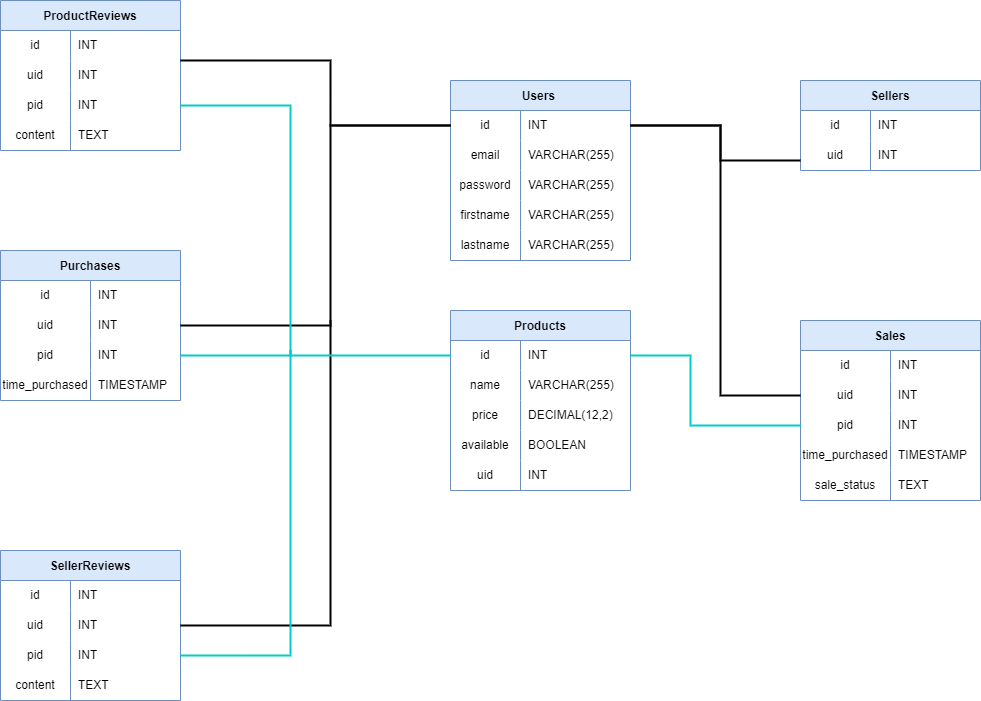
Kaichao-Chang/CS516-Awesome-Group keeps this draw.io diagram as ERD/CS516.drawio.png. Above is the earlier version. Source tidied: cells renumbered, new cells last; positions are measured from the earlier drawing's top-left corner, leaving out a move shared by most shapes.
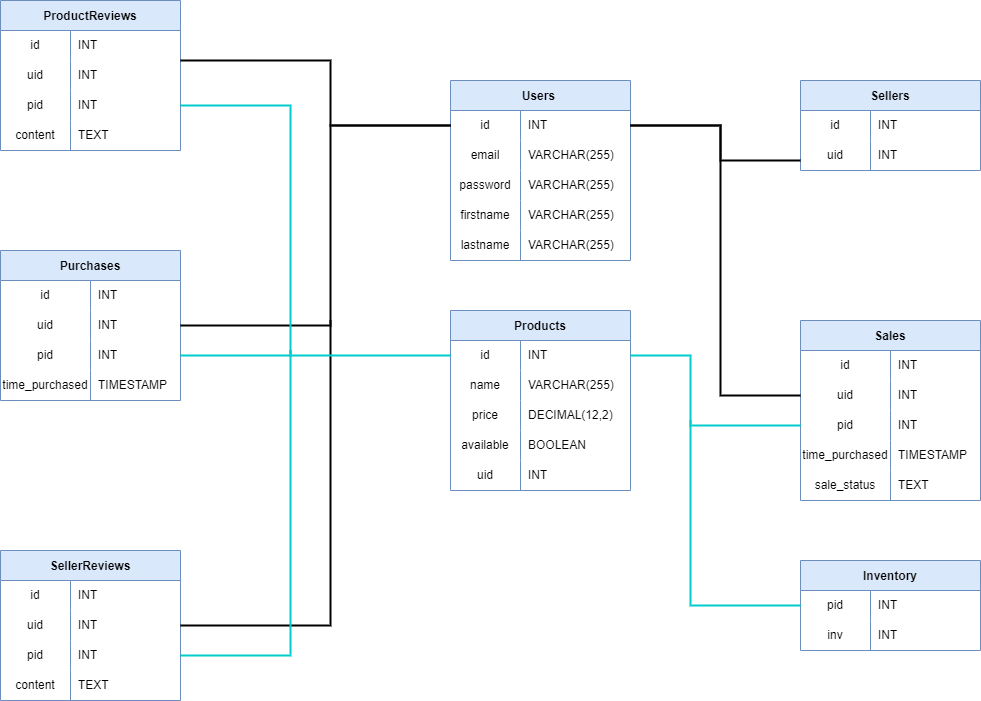
After the change.

The edit, as a diff of the source:
```diff
@@ -350,5 +350,31 @@
         </Array>
       </mxGeometry>
     </mxCell>
+    <mxCell id="105" value="Inventory" style="shape=table;startSize=30;rowLines=0;fontStyle=1;fillColor=#dae8fc;strokeColor=#6c8ebf;" parent="1" vertex="1">
+      <mxGeometry x="800" y="560" width="180" height="90" as="geometry" />
+    </mxCell>
+    <mxCell id="106" style="shape=tableRow;horizontal=0;startSize=0;swimlaneHead=0;swimlaneBody=0;top=0;left=0;bottom=0;right=0;fillColor=none;points=[[0,0.5],[1,0.5]];portConstraint=eastwest;" parent="105" vertex="1">
+      <mxGeometry y="30" width="180" height="30" as="geometry" />
+    </mxCell>
+    <mxCell id="107" value="pid" style="shape=partialRectangle;html=1;whiteSpace=wrap;fillColor=none;top=0;left=0;bottom=0;right=0;overflow=hidden;" parent="106" vertex="1">
+      <mxGeometry width="70" height="30" as="geometry" />
+    </mxCell>
+    <mxCell id="108" value="INT&lt;span style=&quot;white-space: pre&quot;&gt;&#9;&lt;/span&gt;" style="shape=partialRectangle;html=1;whiteSpace=wrap;fillColor=none;top=0;left=0;bottom=0;right=0;align=left;spacingLeft=6;overflow=hidden;" parent="106" vertex="1">
+      <mxGeometry x="70" width="110" height="30" as="geometry" />
+    </mxCell>
+    <mxCell id="109" style="shape=tableRow;horizontal=0;startSize=0;swimlaneHead=0;swimlaneBody=0;top=0;left=0;bottom=0;right=0;fillColor=none;" parent="105" vertex="1">
+      <mxGeometry y="60" width="180" height="30" as="geometry" />
+    </mxCell>
+    <mxCell id="110" value="inv" style="shape=partialRectangle;html=1;whiteSpace=wrap;fillColor=none;top=0;left=0;bottom=0;right=0;overflow=hidden;" parent="109" vertex="1">
+      <mxGeometry width="70" height="30" as="geometry" />
+    </mxCell>
+    <mxCell id="111" value="INT" style="shape=partialRectangle;html=1;whiteSpace=wrap;fillColor=none;top=0;left=0;bottom=0;right=0;align=left;spacingLeft=6;overflow=hidden;" parent="109" vertex="1">
+      <mxGeometry x="70" width="110" height="30" as="geometry" />
+    </mxCell>
+    <mxCell id="112" style="edgeStyle=orthogonalEdgeStyle;rounded=0;jettySize=auto;html=1;strokeWidth=2;strokeColor=#00CCCC;endArrow=none;endFill=0;" parent="1" edge="1" source="106">
+      <mxGeometry relative="1" as="geometry">
+        <mxPoint x="690" y="420" as="targetPoint" />
+      </mxGeometry>
+    </mxCell>
   </root>
 </mxGraphModel>
```
